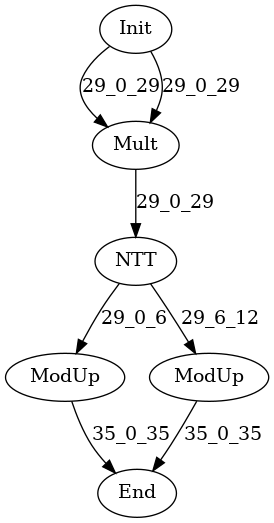
Before: data/graph_poly.dot.png, a diagram exported from Graphviz (hal-lab-u-tokyo/PolyFHE). Its source is kept beside it as data/graph_poly.dot.
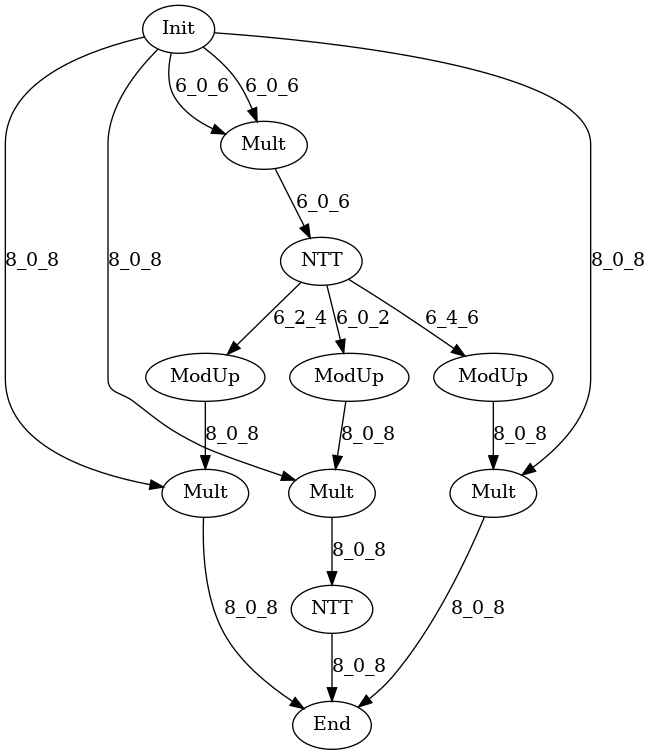
After the commit.

Change to the diagram source:
```diff
@@ -4,12 +4,26 @@
 Multd1[label="Mult"];
 ModUp1[label="ModUp"];
 ModUp2[label="ModUp"];
+ModUp3[label="ModUp"];
+Mult1[label="Mult"];
+Mult2[label="Mult"];
+Mult3[label="Mult"];
+iNTT1[label="iNTT"];
 NTT[label="NTT"];
-Init -> Multd1[label="29_0_29"];
-Init -> Multd1[label="29_0_29"];
-Multd1 -> NTT[label="29_0_29"];
-NTT -> ModUp1[label="29_0_6"];
-NTT -> ModUp2[label="29_6_12"];
-ModUp1 -> End[label="35_0_35"];
-ModUp2 -> End[label="35_0_35"];
+Init -> Multd1[label="6_0_6"];
+Init -> Multd1[label="6_0_6"];
+Multd1 -> NTT[label="6_0_6"];
+NTT -> ModUp1[label="6_0_2"];
+NTT -> ModUp2[label="6_2_4"];
+NTT -> ModUp3[label="6_4_6"];
+ModUp1 -> Mult1[label="8_0_8"];
+ModUp2 -> Mult2[label="8_0_8"];
+ModUp3 -> Mult3[label="8_0_8"];
+Init -> Mult1[label="8_0_8"];
+Init -> Mult2[label="8_0_8"];
+Init -> Mult3[label="8_0_8"];
+Mult1 -> iNTT1[label="8_0_8"];
+iNTT1 -> End[label="8_0_8"];
+Mult2 -> End[label="8_0_8"];
+Mult3 -> End[label="8_0_8"];
 }
```
